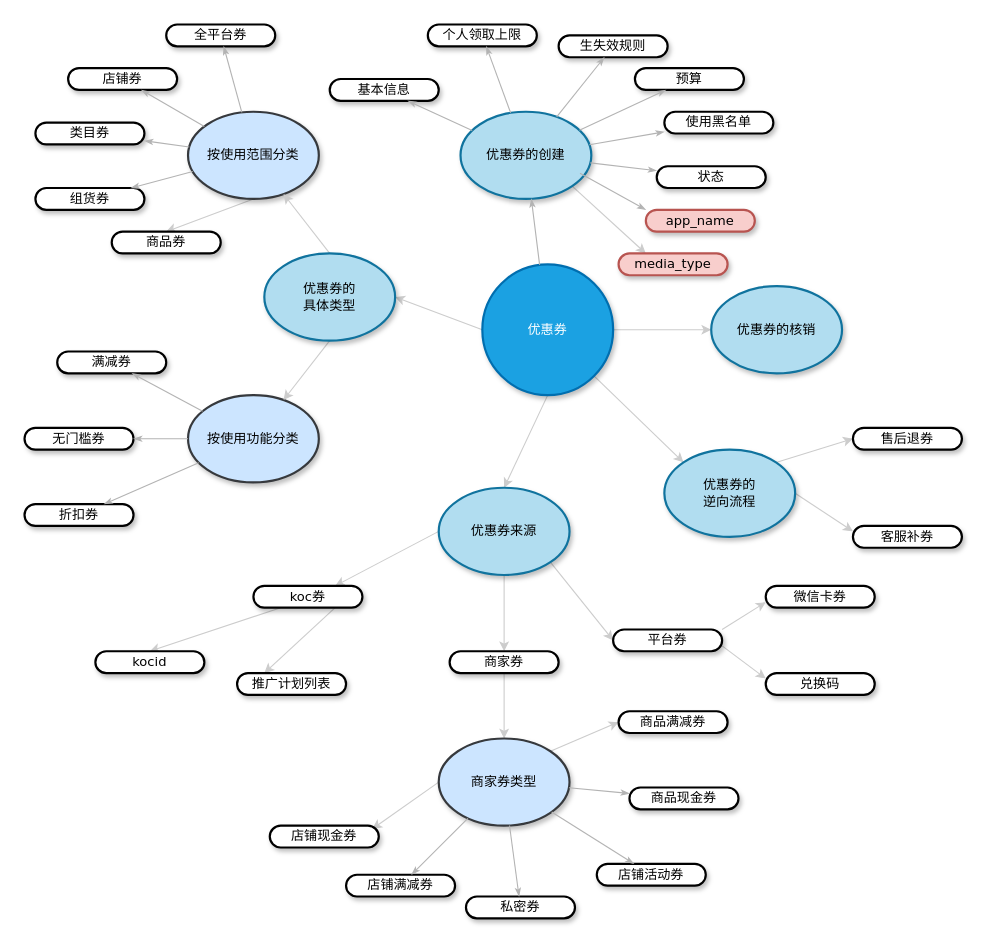
zengcrvip/basedemo keeps this draw.io diagram as page "Page-35" (19 of 31) of Untitled Diagram.drawio. Above is the earlier version. Source tidied: cells renumbered, new cells numbered last; positions are measured from the earlier drawing's top-left corner, leaving out a move shared by most shapes. Both pictures are drawn from the tidied source at 109%, with x=0, y=0 at pixel (24, 24).
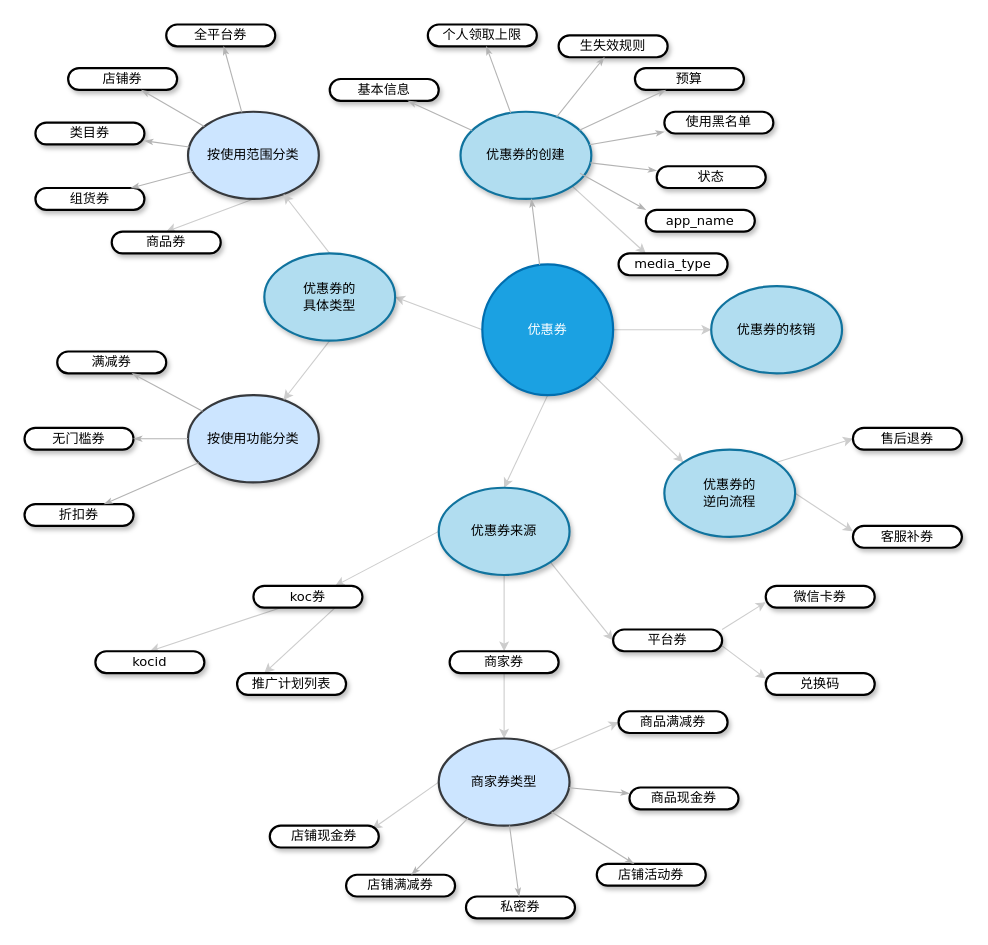
Above is the later version.

Change to the diagram source:
```diff
@@
-    <mxCell id="77" value="&lt;span&gt;media_type&lt;/span&gt;" style="whiteSpace=wrap;html=1;rounded=1;shadow=1;comic=0;labelBackgroundColor=none;strokeWidth=2;fontFamily=Verdana;fontSize=12;align=center;arcSize=50;fillColor=#f8cecc;strokeColor=#b85450;" parent="1" vertex="1">
+    <mxCell id="77" value="&lt;span&gt;media_type&lt;/span&gt;" style="whiteSpace=wrap;html=1;rounded=1;shadow=1;comic=0;labelBackgroundColor=none;strokeWidth=2;fontFamily=Verdana;fontSize=12;align=center;arcSize=50;" parent="1" vertex="1">
       <mxGeometry x="545" y="210" width="100" height="20" as="geometry" />
     </mxCell>
@@
-    <mxCell id="80" value="&lt;span&gt;app_name&lt;/span&gt;" style="whiteSpace=wrap;html=1;rounded=1;shadow=1;comic=0;labelBackgroundColor=none;strokeWidth=2;fontFamily=Verdana;fontSize=12;align=center;arcSize=50;fillColor=#f8cecc;strokeColor=#b85450;" parent="1" vertex="1">
+    <mxCell id="80" value="&lt;span&gt;app_name&lt;/span&gt;" style="whiteSpace=wrap;html=1;rounded=1;shadow=1;comic=0;labelBackgroundColor=none;strokeWidth=2;fontFamily=Verdana;fontSize=12;align=center;arcSize=50;" parent="1" vertex="1">
       <mxGeometry x="570" y="170" width="100" height="20" as="geometry" />
     </mxCell>
```
